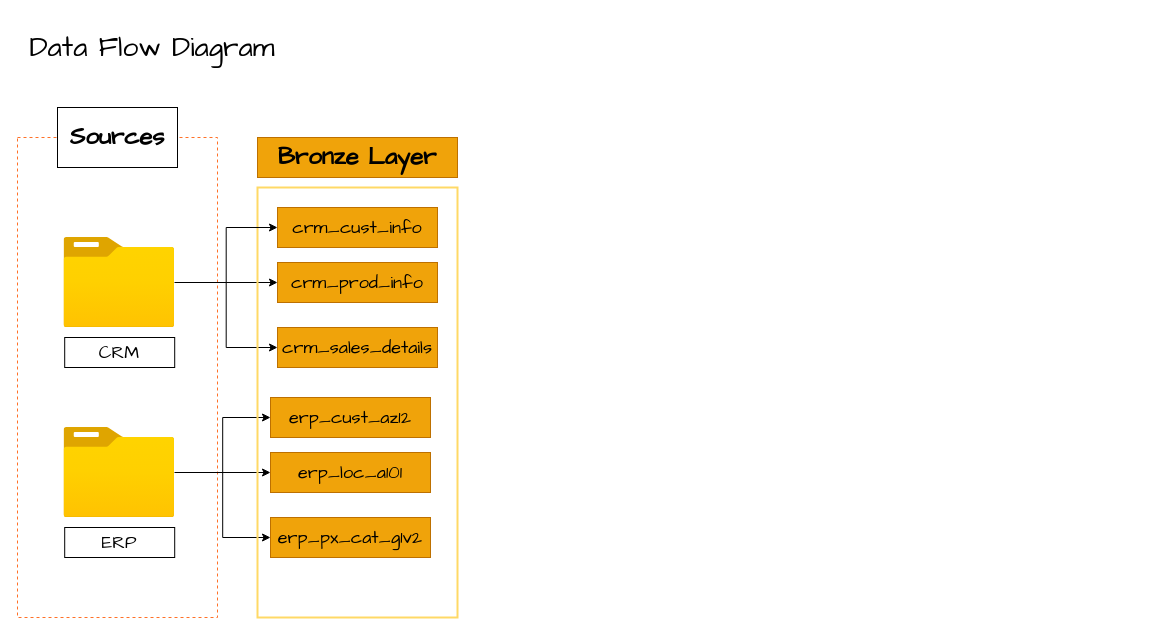
Josiahgare/SQL-Data-Warehouse-Project keeps this draw.io diagram as design/Data Flow Diagram.drawio. Above is the earlier version. Source tidied: cells renumbered, new cells numbered last; positions are measured from the earlier drawing's top-left corner, leaving out a move shared by most shapes. Both pictures are drawn from the tidied source at 100%, with x=0, y=0 at pixel (17, 17).
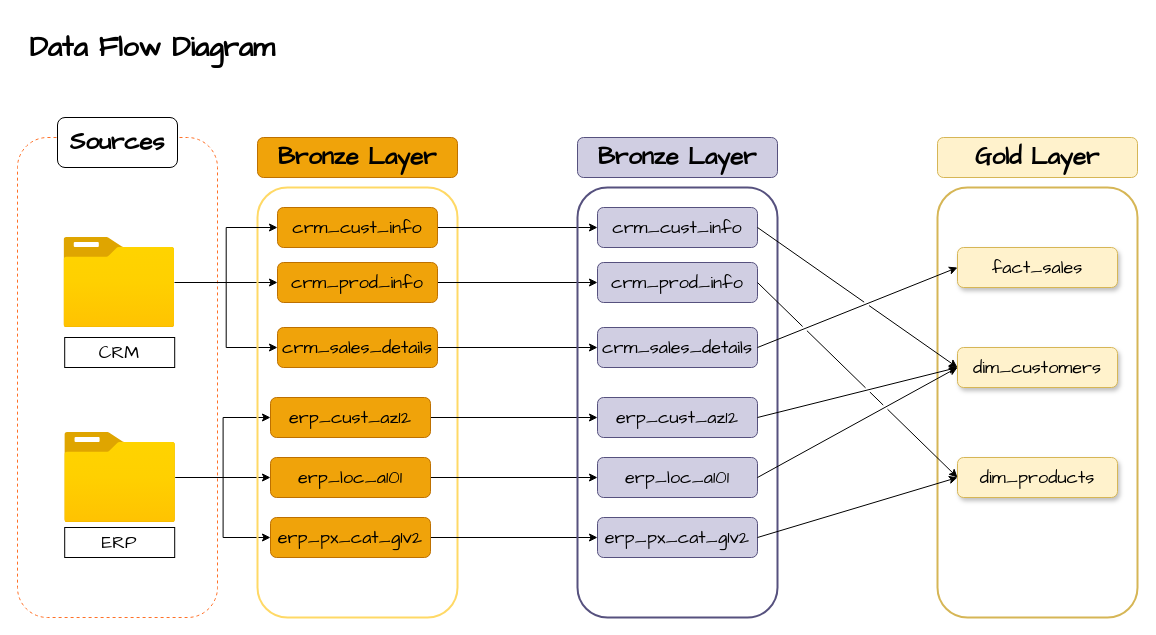
The same diagram, later.

What changed in the source:
```diff
@@
-    <mxCell id="2" value="&lt;font face=&quot;Comic Sans MS&quot; style=&quot;font-size: 28px;&quot;&gt;Data Flow Diagram&lt;/font&gt;" style="rounded=0;whiteSpace=wrap;html=1;fillColor=none;strokeColor=none;" parent="1" vertex="1">
+    <mxCell id="2" value="&lt;font face=&quot;Comic Sans MS&quot; style=&quot;font-size: 28px;&quot;&gt;Data Flow Diagram&lt;/font&gt;" style="rounded=0;whiteSpace=wrap;html=1;fillColor=none;strokeColor=none;fontStyle=1;" parent="1" vertex="1">
       <mxGeometry width="270" height="60" as="geometry" />
     </mxCell>
-    <mxCell id="3" style="rounded=0;whiteSpace=wrap;html=1;fillColor=none;dashed=1;strokeColor=#FF7128;" parent="1" vertex="1">
+    <mxCell id="3" style="rounded=1;whiteSpace=wrap;html=1;fillColor=none;dashed=1;strokeColor=#FF7128;" parent="1" vertex="1">
       <mxGeometry y="120" width="200" height="480" as="geometry" />
     </mxCell>
-    <mxCell id="4" value="&lt;font face=&quot;Comic Sans MS&quot; style=&quot;font-size: 24px;&quot;&gt;&lt;b&gt;Sources&lt;/b&gt;&lt;/font&gt;" style="rounded=0;whiteSpace=wrap;html=1;" parent="1" vertex="1">
-      <mxGeometry x="40" y="90" width="120" height="60" as="geometry" />
+    <mxCell id="4" value="&lt;font face=&quot;Comic Sans MS&quot; style=&quot;font-size: 24px;&quot;&gt;&lt;b&gt;Sources&lt;/b&gt;&lt;/font&gt;" style="rounded=1;whiteSpace=wrap;html=1;" parent="1" vertex="1">
+      <mxGeometry x="40" y="100" width="120" height="50" as="geometry" />
     </mxCell>
@@
     <mxCell id="12" style="image;html=1;points=[];align=center;fontSize=12;image=img/lib/azure2/general/Folder_Blank.svg;" parent="1" vertex="1">
-      <mxGeometry x="46.4" y="410" width="110.9" height="90" as="geometry" />
+      <mxGeometry x="47.2" y="415" width="110.9" height="90" as="geometry" />
     </mxCell>
@@
-    <mxCell id="14" style="rounded=0;whiteSpace=wrap;html=1;fillColor=none;strokeColor=#FFD966;strokeWidth=2;" parent="1" vertex="1">
+    <mxCell id="14" style="rounded=1;whiteSpace=wrap;html=1;fillColor=none;strokeColor=#FFD966;strokeWidth=2;" parent="1" vertex="1">
       <mxGeometry x="240" y="170" width="200" height="430" as="geometry" />
     </mxCell>
+    <mxCell id="23" style="edgeStyle=orthogonalEdgeStyle;rounded=0;jettySize=auto;html=1;entryX=0;entryY=0.5;entryDx=0;entryDy=0;" parent="1" edge="1" source="15" target="30">
+      <mxGeometry relative="1" as="geometry" />
+    </mxCell>
-    <mxCell id="15" value="&lt;font face=&quot;Comic Sans MS&quot; style=&quot;font-size: 18px;&quot;&gt;crm_cust_info&lt;/font&gt;" style="rounded=0;whiteSpace=wrap;html=1;fillColor=#f0a30a;strokeColor=#BD7000;fontColor=#000000;" parent="1" vertex="1">
+    <mxCell id="15" value="&lt;font face=&quot;Comic Sans MS&quot; style=&quot;font-size: 18px;&quot;&gt;crm_cust_info&lt;/font&gt;" style="rounded=1;whiteSpace=wrap;html=1;fillColor=#f0a30a;strokeColor=#BD7000;fontColor=#000000;" parent="1" vertex="1">
       <mxGeometry x="260" y="190" width="160" height="40" as="geometry" />
     </mxCell>
+    <mxCell id="24" style="edgeStyle=orthogonalEdgeStyle;rounded=0;jettySize=auto;html=1;exitX=1;exitY=0.5;exitDx=0;exitDy=0;entryX=0;entryY=0.5;entryDx=0;entryDy=0;" parent="1" edge="1" source="16" target="31">
+      <mxGeometry relative="1" as="geometry" />
+    </mxCell>
-    <mxCell id="16" value="&lt;font face=&quot;Comic Sans MS&quot; style=&quot;font-size: 18px;&quot;&gt;crm_prod_info&lt;/font&gt;" style="rounded=0;whiteSpace=wrap;html=1;fillColor=#f0a30a;strokeColor=#BD7000;fontColor=#000000;" parent="1" vertex="1">
+    <mxCell id="16" value="&lt;font face=&quot;Comic Sans MS&quot; style=&quot;font-size: 18px;&quot;&gt;crm_prod_info&lt;/font&gt;" style="rounded=1;whiteSpace=wrap;html=1;fillColor=#f0a30a;strokeColor=#BD7000;fontColor=#000000;" parent="1" vertex="1">
       <mxGeometry x="260" y="245" width="160" height="40" as="geometry" />
     </mxCell>
+    <mxCell id="25" style="edgeStyle=orthogonalEdgeStyle;rounded=0;jettySize=auto;html=1;exitX=1;exitY=0.5;exitDx=0;exitDy=0;entryX=0;entryY=0.5;entryDx=0;entryDy=0;" parent="1" edge="1" source="17" target="32">
+      <mxGeometry relative="1" as="geometry" />
+    </mxCell>
-    <mxCell id="17" value="&lt;font face=&quot;Comic Sans MS&quot; style=&quot;font-size: 18px;&quot;&gt;crm_sales_details&lt;/font&gt;" style="rounded=0;whiteSpace=wrap;html=1;fillColor=#f0a30a;strokeColor=#BD7000;fontColor=#000000;" parent="1" vertex="1">
+    <mxCell id="17" value="&lt;font face=&quot;Comic Sans MS&quot; style=&quot;font-size: 18px;&quot;&gt;crm_sales_details&lt;/font&gt;" style="rounded=1;whiteSpace=wrap;html=1;fillColor=#f0a30a;strokeColor=#BD7000;fontColor=#000000;" parent="1" vertex="1">
       <mxGeometry x="260" y="310" width="160" height="40" as="geometry" />
     </mxCell>
@@
+    <mxCell id="26" style="edgeStyle=orthogonalEdgeStyle;rounded=0;jettySize=auto;html=1;exitX=1;exitY=0.5;exitDx=0;exitDy=0;entryX=0;entryY=0.5;entryDx=0;entryDy=0;" parent="1" edge="1" source="19" target="33">
+      <mxGeometry relative="1" as="geometry" />
+    </mxCell>
-    <mxCell id="19" value="&lt;font face=&quot;Comic Sans MS&quot; style=&quot;font-size: 18px;&quot;&gt;erp_cust_az12&lt;/font&gt;" style="rounded=0;whiteSpace=wrap;html=1;fillColor=#f0a30a;strokeColor=#BD7000;fontColor=#000000;" parent="1" vertex="1">
+    <mxCell id="19" value="&lt;font face=&quot;Comic Sans MS&quot; style=&quot;font-size: 18px;&quot;&gt;erp_cust_az12&lt;/font&gt;" style="rounded=1;whiteSpace=wrap;html=1;fillColor=#f0a30a;strokeColor=#BD7000;fontColor=#000000;" parent="1" vertex="1">
       <mxGeometry x="253" y="380" width="160" height="40" as="geometry" />
     </mxCell>
+    <mxCell id="27" style="edgeStyle=orthogonalEdgeStyle;rounded=0;jettySize=auto;html=1;exitX=1;exitY=0.5;exitDx=0;exitDy=0;entryX=0;entryY=0.5;entryDx=0;entryDy=0;" parent="1" edge="1" source="20" target="34">
+      <mxGeometry relative="1" as="geometry" />
+    </mxCell>
-    <mxCell id="20" value="&lt;font face=&quot;Comic Sans MS&quot; style=&quot;font-size: 18px;&quot;&gt;erp_loc_a101&lt;/font&gt;" style="rounded=0;whiteSpace=wrap;html=1;fillColor=#f0a30a;strokeColor=#BD7000;fontColor=#000000;" parent="1" vertex="1">
-      <mxGeometry x="253" y="435" width="160" height="40" as="geometry" />
+    <mxCell id="20" value="&lt;font face=&quot;Comic Sans MS&quot; style=&quot;font-size: 18px;&quot;&gt;erp_loc_a101&lt;/font&gt;" style="rounded=1;whiteSpace=wrap;html=1;fillColor=#f0a30a;strokeColor=#BD7000;fontColor=#000000;" parent="1" vertex="1">
+      <mxGeometry x="253" y="440" width="160" height="40" as="geometry" />
     </mxCell>
+    <mxCell id="28" style="edgeStyle=orthogonalEdgeStyle;rounded=0;jettySize=auto;html=1;exitX=1;exitY=0.5;exitDx=0;exitDy=0;entryX=0;entryY=0.5;entryDx=0;entryDy=0;" parent="1" edge="1" source="21" target="35">
+      <mxGeometry relative="1" as="geometry" />
+    </mxCell>
-    <mxCell id="21" value="&lt;font face=&quot;Comic Sans MS&quot; style=&quot;font-size: 18px;&quot;&gt;erp_px_cat_g1v2&lt;/font&gt;" style="rounded=0;whiteSpace=wrap;html=1;fillColor=#f0a30a;strokeColor=#BD7000;fontColor=#000000;" parent="1" vertex="1">
+    <mxCell id="21" value="&lt;font face=&quot;Comic Sans MS&quot; style=&quot;font-size: 18px;&quot;&gt;erp_px_cat_g1v2&lt;/font&gt;" style="rounded=1;whiteSpace=wrap;html=1;fillColor=#f0a30a;strokeColor=#BD7000;fontColor=#000000;" parent="1" vertex="1">
       <mxGeometry x="253" y="500" width="160" height="40" as="geometry" />
     </mxCell>
-    <mxCell id="22" value="&lt;font face=&quot;Comic Sans MS&quot; style=&quot;font-size: 24px;&quot;&gt;&lt;b&gt;Bronze Layer&lt;/b&gt;&lt;/font&gt;" style="rounded=0;whiteSpace=wrap;html=1;fillColor=#f0a30a;strokeColor=#BD7000;fontColor=#000000;" parent="1" vertex="1">
+    <mxCell id="22" value="&lt;font face=&quot;Comic Sans MS&quot; style=&quot;font-size: 24px;&quot;&gt;&lt;b&gt;Bronze Layer&lt;/b&gt;&lt;/font&gt;" style="rounded=1;whiteSpace=wrap;html=1;fillColor=#f0a30a;strokeColor=#BD7000;fontColor=#000000;" parent="1" vertex="1">
       <mxGeometry x="240" y="120" width="200" height="40" as="geometry" />
     </mxCell>
+    <mxCell id="29" style="rounded=1;whiteSpace=wrap;html=1;fillColor=none;strokeColor=#56517e;strokeWidth=2;" parent="1" vertex="1">
+      <mxGeometry x="560" y="170" width="200" height="430" as="geometry" />
+    </mxCell>
+    <mxCell id="30" value="&lt;font face=&quot;Comic Sans MS&quot; style=&quot;font-size: 18px;&quot;&gt;crm_cust_info&lt;/font&gt;" style="rounded=1;whiteSpace=wrap;html=1;fillColor=#d0cee2;strokeColor=#56517e;" parent="1" vertex="1">
+      <mxGeometry x="580" y="190" width="160" height="40" as="geometry" />
+    </mxCell>
+    <mxCell id="31" value="&lt;font face=&quot;Comic Sans MS&quot; style=&quot;font-size: 18px;&quot;&gt;crm_prod_info&lt;/font&gt;" style="rounded=1;whiteSpace=wrap;html=1;fillColor=#d0cee2;strokeColor=#56517e;" parent="1" vertex="1">
+      <mxGeometry x="580" y="245" width="160" height="40" as="geometry" />
+    </mxCell>
+    <mxCell id="32" value="&lt;font face=&quot;Comic Sans MS&quot; style=&quot;font-size: 18px;&quot;&gt;crm_sales_details&lt;/font&gt;" style="rounded=1;whiteSpace=wrap;html=1;fillColor=#d0cee2;strokeColor=#56517e;" parent="1" vertex="1">
+      <mxGeometry x="580" y="310" width="160" height="40" as="geometry" />
+    </mxCell>
+    <mxCell id="33" value="&lt;font face=&quot;Comic Sans MS&quot; style=&quot;font-size: 18px;&quot;&gt;erp_cust_az12&lt;/font&gt;" style="rounded=1;whiteSpace=wrap;html=1;fillColor=#d0cee2;strokeColor=#56517e;" parent="1" vertex="1">
+      <mxGeometry x="580" y="380" width="160" height="40" as="geometry" />
+    </mxCell>
+    <mxCell id="34" value="&lt;font face=&quot;Comic Sans MS&quot; style=&quot;font-size: 18px;&quot;&gt;erp_loc_a101&lt;/font&gt;" style="rounded=1;whiteSpace=wrap;html=1;fillColor=#d0cee2;strokeColor=#56517e;" parent="1" vertex="1">
+      <mxGeometry x="580" y="440" width="160" height="40" as="geometry" />
+    </mxCell>
+    <mxCell id="35" value="&lt;font face=&quot;Comic Sans MS&quot; style=&quot;font-size: 18px;&quot;&gt;erp_px_cat_g1v2&lt;/font&gt;" style="rounded=1;whiteSpace=wrap;html=1;fillColor=#d0cee2;strokeColor=#56517e;" parent="1" vertex="1">
+      <mxGeometry x="580" y="500" width="160" height="40" as="geometry" />
+    </mxCell>
+    <mxCell id="36" value="&lt;font face=&quot;Comic Sans MS&quot; style=&quot;font-size: 24px;&quot;&gt;&lt;b&gt;Bronze Layer&lt;/b&gt;&lt;/font&gt;" style="rounded=1;whiteSpace=wrap;html=1;fillColor=#d0cee2;strokeColor=#56517e;" parent="1" vertex="1">
+      <mxGeometry x="560" y="120" width="200" height="40" as="geometry" />
+    </mxCell>
+    <mxCell id="37" style="rounded=1;whiteSpace=wrap;html=1;fillColor=none;strokeColor=#d6b656;strokeWidth=2;" parent="1" vertex="1">
+      <mxGeometry x="920" y="170" width="200" height="430" as="geometry" />
+    </mxCell>
+    <mxCell id="38" value="&lt;font face=&quot;Comic Sans MS&quot; style=&quot;font-size: 18px;&quot;&gt;fact_sales&lt;/font&gt;" style="rounded=1;whiteSpace=wrap;html=1;fillColor=#fff2cc;strokeColor=#d6b656;glass=0;shadow=1;" parent="1" vertex="1">
+      <mxGeometry x="940" y="230" width="160" height="40" as="geometry" />
+    </mxCell>
+    <mxCell id="39" value="&lt;font face=&quot;Comic Sans MS&quot; style=&quot;font-size: 18px;&quot;&gt;dim_customers&lt;/font&gt;" style="rounded=1;whiteSpace=wrap;html=1;fillColor=#fff2cc;strokeColor=#d6b656;glass=0;shadow=1;" parent="1" vertex="1">
+      <mxGeometry x="940" y="330" width="160" height="40" as="geometry" />
+    </mxCell>
+    <mxCell id="40" value="&lt;font face=&quot;Comic Sans MS&quot; style=&quot;font-size: 18px;&quot;&gt;dim_products&lt;/font&gt;" style="rounded=1;whiteSpace=wrap;html=1;fillColor=#fff2cc;strokeColor=#d6b656;glass=0;shadow=1;" parent="1" vertex="1">
+      <mxGeometry x="940" y="440" width="160" height="40" as="geometry" />
+    </mxCell>
+    <mxCell id="41" value="&lt;font face=&quot;Comic Sans MS&quot; style=&quot;font-size: 24px;&quot;&gt;&lt;b&gt;Gold Layer&lt;/b&gt;&lt;/font&gt;" style="rounded=1;whiteSpace=wrap;html=1;fillColor=#fff2cc;strokeColor=#d6b656;" parent="1" vertex="1">
+      <mxGeometry x="920" y="120" width="200" height="40" as="geometry" />
+    </mxCell>
+    <mxCell id="42" style="endArrow=classic;html=1;rounded=0;exitX=1;exitY=0.5;exitDx=0;exitDy=0;entryX=0;entryY=0.5;entryDx=0;entryDy=0;jumpStyle=gap;" parent="1" edge="1" source="32" target="38">
+      <mxGeometry relative="1" as="geometry" />
+    </mxCell>
+    <mxCell id="43" style="endArrow=classic;html=1;rounded=0;exitX=1;exitY=0.5;exitDx=0;exitDy=0;entryX=0;entryY=0.5;entryDx=0;entryDy=0;jumpStyle=gap;" parent="1" edge="1" source="30" target="39">
+      <mxGeometry relative="1" as="geometry" />
+    </mxCell>
+    <mxCell id="44" style="endArrow=classic;html=1;rounded=0;exitX=1;exitY=0.5;exitDx=0;exitDy=0;entryX=0;entryY=0.5;entryDx=0;entryDy=0;jumpStyle=gap;" parent="1" edge="1" source="33" target="39">
+      <mxGeometry relative="1" as="geometry" />
+    </mxCell>
+    <mxCell id="45" style="endArrow=classic;html=1;rounded=0;exitX=1;exitY=0.5;exitDx=0;exitDy=0;entryX=0;entryY=0.5;entryDx=0;entryDy=0;jumpStyle=gap;" parent="1" edge="1" source="34" target="39">
+      <mxGeometry relative="1" as="geometry" />
+    </mxCell>
+    <mxCell id="46" style="endArrow=classic;html=1;rounded=0;exitX=1;exitY=0.5;exitDx=0;exitDy=0;entryX=0;entryY=0.5;entryDx=0;entryDy=0;jumpStyle=gap;" parent="1" edge="1" source="35" target="40">
+      <mxGeometry relative="1" as="geometry" />
+    </mxCell>
+    <mxCell id="47" style="endArrow=classic;html=1;rounded=0;exitX=1;exitY=0.5;exitDx=0;exitDy=0;entryX=0;entryY=0.5;entryDx=0;entryDy=0;jumpStyle=gap;" parent="1" edge="1" source="31" target="40">
+      <mxGeometry relative="1" as="geometry" />
+    </mxCell>
```
